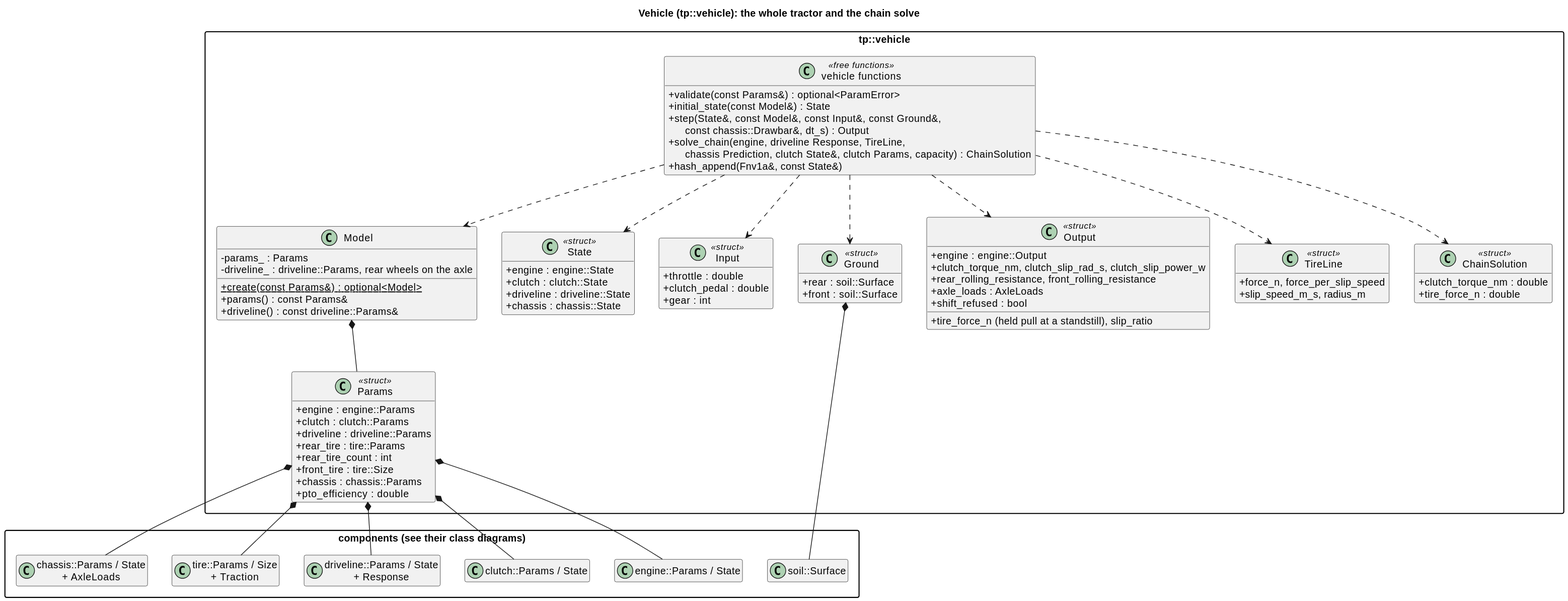
Before: docs/diagrams/svg/vehicle_classes.svg, a diagram exported from PlantUML (wversteeg/TractorPulling).
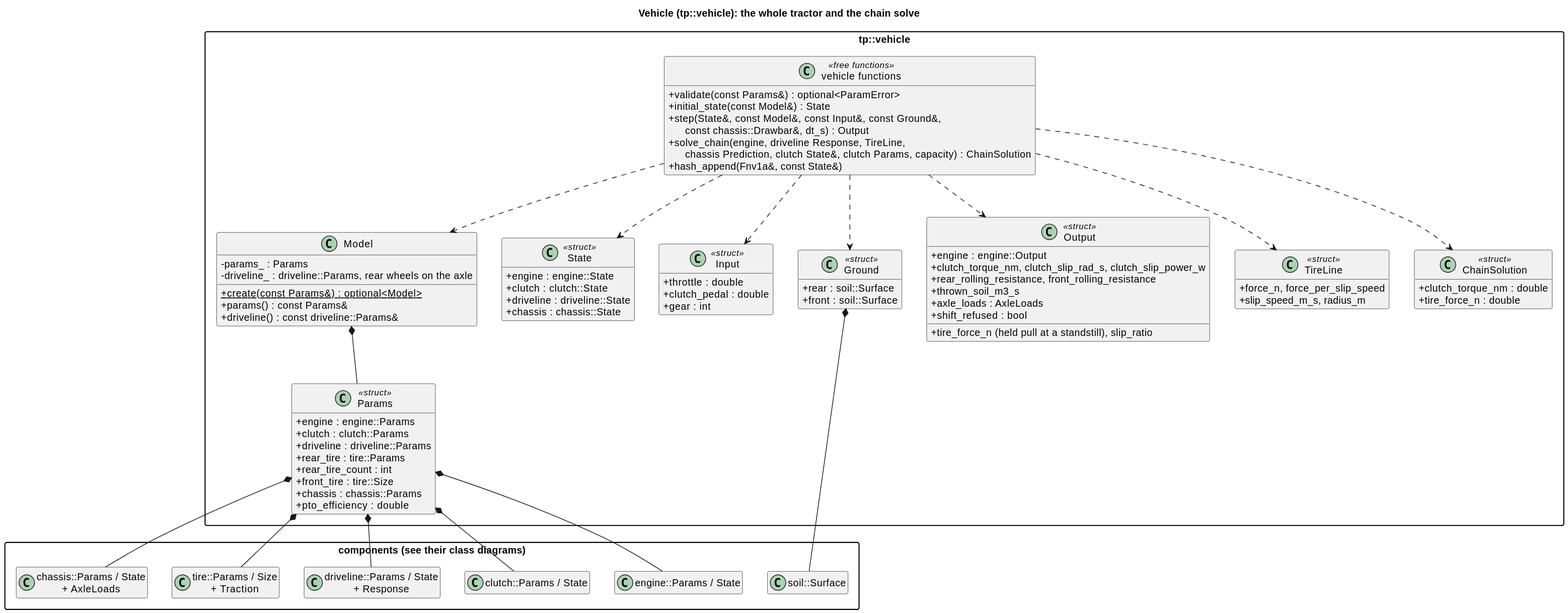
The same diagram one commit later.

What changed in the source:
```diff
@@ -51,6 +51,7 @@
     +clutch_torque_nm, clutch_slip_rad_s, clutch_slip_power_w
     +tire_force_n (held pull at a standstill), slip_ratio
     +rear_rolling_resistance, front_rolling_resistance
+    +thrown_soil_m3_s
     +axle_loads : AxleLoads
     +shift_refused : bool
   }
```
